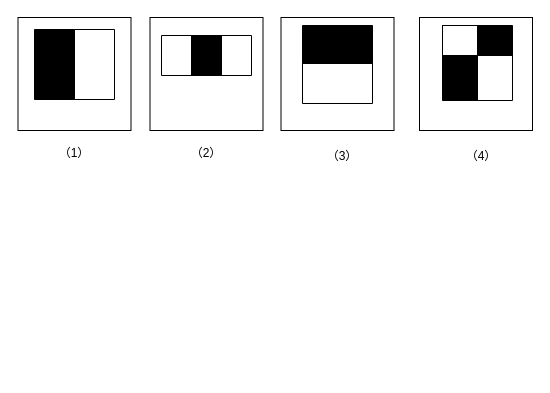
This is 毕业设计.drawio from keyty-str/MySQL, a draw.io file, before an edit. Source tidied: cells renumbered, new cells numbered last; positions are measured from the earlier drawing's top-left corner, leaving out a move shared by most shapes. Both pictures are drawn from the tidied source at 100%, with x=0, y=0 at pixel (18, 17).
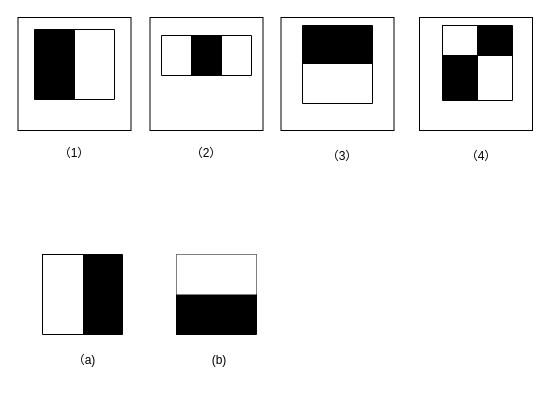
After the change.

The edit, as a diff of the source:
```diff
@@
+    <mxCell id="23" style="shape=table;startSize=0;childLayout=tableLayout;fillColor=#FFFFFF;" parent="1" vertex="1">
+      <mxGeometry x="24" y="237" width="80" height="80" as="geometry" />
+    </mxCell>
+    <mxCell id="24" style="shape=tableRow;horizontal=0;startSize=0;swimlaneHead=0;swimlaneBody=0;top=0;left=0;bottom=0;right=0;fillColor=none;" parent="23" vertex="1">
+      <mxGeometry width="80" height="80" as="geometry" />
+    </mxCell>
+    <mxCell id="25" style="shape=partialRectangle;html=1;whiteSpace=wrap;overflow=hidden;fillColor=none;top=0;left=0;bottom=0;right=0;" parent="24" vertex="1">
+      <mxGeometry width="41" height="80" as="geometry" />
+    </mxCell>
+    <mxCell id="26" style="shape=partialRectangle;html=1;whiteSpace=wrap;overflow=hidden;fillColor=#000000;top=0;left=0;bottom=0;right=0;" parent="24" vertex="1">
+      <mxGeometry x="41" width="39" height="80" as="geometry" />
+    </mxCell>
+    <mxCell id="27" value="（a)" style="text;html=1;strokeColor=none;fillColor=none;align=center;verticalAlign=middle;whiteSpace=wrap;rounded=0;" parent="1" vertex="1">
+      <mxGeometry x="36" y="328" width="60" height="30" as="geometry" />
+    </mxCell>
+    <mxCell id="28" style="shape=table;startSize=0;childLayout=tableLayout;fillColor=#000000;direction=north;" parent="1" vertex="1">
+      <mxGeometry x="158" y="237" width="80" height="80" as="geometry" />
+    </mxCell>
+    <mxCell id="29" style="shape=tableRow;horizontal=0;startSize=0;swimlaneHead=0;swimlaneBody=0;top=0;left=0;bottom=0;right=0;fillColor=none;" parent="28" vertex="1">
+      <mxGeometry width="80" height="40" as="geometry" />
+    </mxCell>
+    <mxCell id="30" style="shape=partialRectangle;html=1;whiteSpace=wrap;overflow=hidden;fillColor=#FFFFFF;top=0;left=0;bottom=0;right=0;" parent="29" vertex="1">
+      <mxGeometry width="80" height="40" as="geometry" />
+    </mxCell>
+    <mxCell id="31" style="shape=tableRow;horizontal=0;startSize=0;swimlaneHead=0;swimlaneBody=0;top=0;left=0;bottom=0;right=0;fillColor=none;" parent="28" vertex="1">
+      <mxGeometry y="40" width="80" height="40" as="geometry" />
+    </mxCell>
+    <mxCell id="32" style="shape=partialRectangle;html=1;whiteSpace=wrap;overflow=hidden;fillColor=none;top=0;left=0;bottom=0;right=0;" parent="31" vertex="1">
+      <mxGeometry width="80" height="40" as="geometry" />
+    </mxCell>
+    <mxCell id="33" value="(b)" style="text;html=1;strokeColor=none;fillColor=none;align=center;verticalAlign=middle;whiteSpace=wrap;rounded=0;" parent="1" vertex="1">
+      <mxGeometry x="171" y="328" width="60" height="30" as="geometry" />
+    </mxCell>
```
